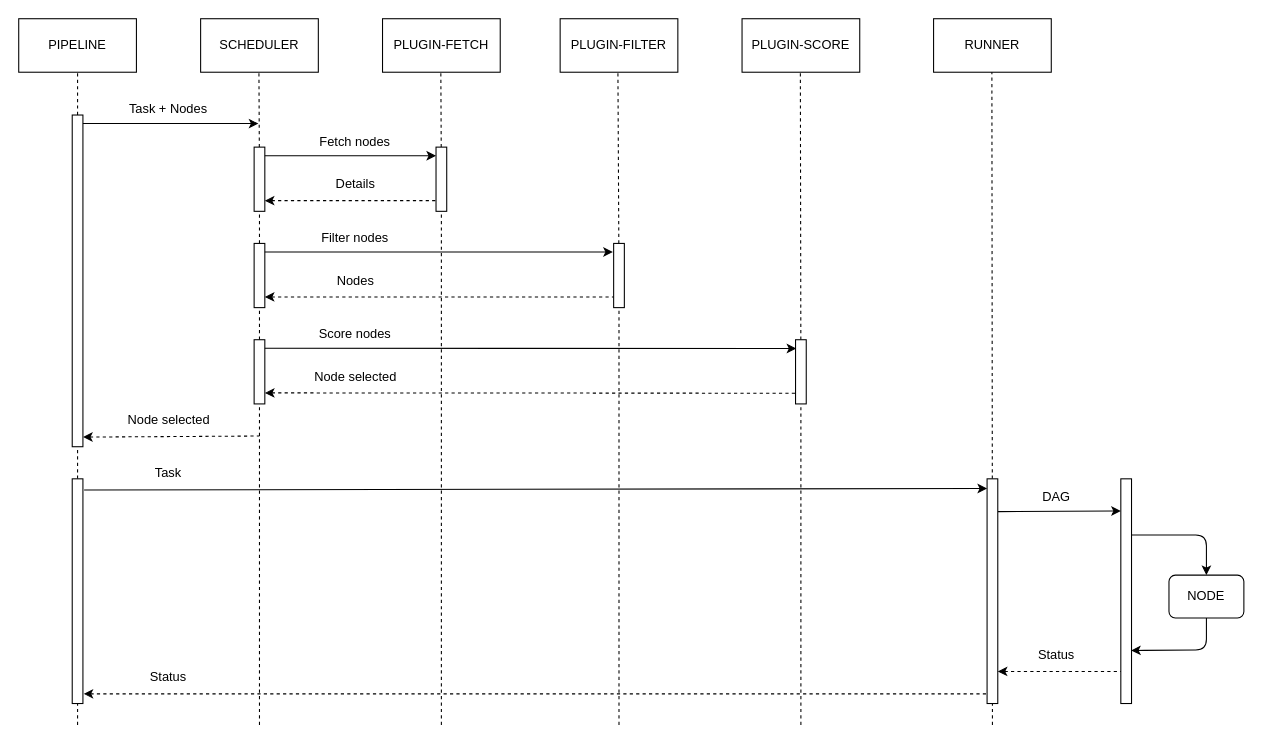
This is flow.drawio from pipego/deploy, a draw.io file, before an edit. Source tidied: cells renumbered, new cells numbered last; positions are measured from the earlier drawing's top-left corner, leaving out a move shared by most shapes. Both pictures are drawn from the tidied source at 107%, with x=0, y=0 at pixel (18, 18).
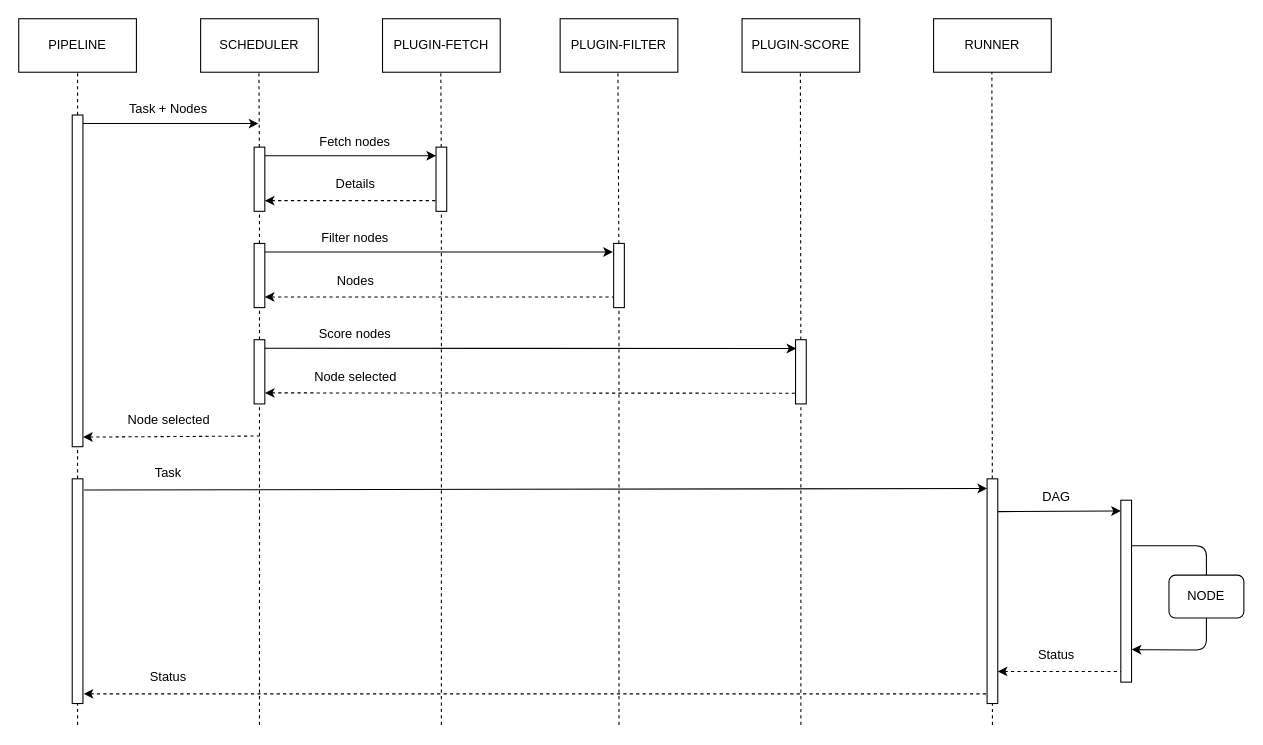
Above is the later version.

Commit message (it also covers changes not shown here):
doc(flow): update flow for runner and scheduler

The edit, as a diff of the source:
```diff
@@
     <mxCell id="45" style="rounded=0;whiteSpace=wrap;html=1;" parent="1" vertex="1">
-      <mxGeometry x="1030" y="430" width="10" height="210" as="geometry" />
+      <mxGeometry x="1030" y="450" width="10" height="170" as="geometry" />
     </mxCell>
@@
-    <mxCell id="48" style="edgeStyle=segmentEdgeStyle;endArrow=classic;html=1;exitX=1;exitY=0.25;exitDx=0;exitDy=0;" parent="1" edge="1" source="45">
+    <mxCell id="48" style="edgeStyle=segmentEdgeStyle;endArrow=none;html=1;exitX=1;exitY=0.25;exitDx=0;exitDy=0;endFill=0;" parent="1" edge="1" source="45">
       <mxGeometry relative="1" as="geometry">
         <mxPoint x="1110" y="520" as="targetPoint" />
       </mxGeometry>
     </mxCell>
-    <mxCell id="49" style="edgeStyle=segmentEdgeStyle;endArrow=none;html=1;exitX=0.964;exitY=0.764;exitDx=0;exitDy=0;exitPerimeter=0;endFill=0;startArrow=classic;startFill=1;" parent="1" edge="1" source="45">
+    <mxCell id="49" style="edgeStyle=segmentEdgeStyle;endArrow=none;html=1;endFill=0;startArrow=classic;startFill=1;exitX=1.019;exitY=0.821;exitDx=0;exitDy=0;exitPerimeter=0;" parent="1" edge="1" source="45">
       <mxGeometry relative="1" as="geometry">
         <mxPoint x="1110" y="560" as="targetPoint" />
         <Array as="points">
           <mxPoint x="1042" y="590" />
-          <mxPoint x="1120" y="590" />
+          <mxPoint x="1110" y="590" />
         </Array>
       </mxGeometry>
     </mxCell>
```
